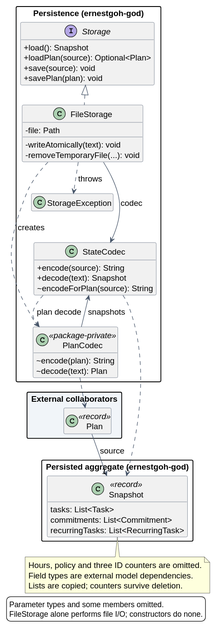
AY2627S1-CS2113-T10-1/tp keeps this PlantUML diagram as docs/images/ernest-storage-classes.svg. Above is the earlier version. Source of this version:
```plantuml
@startuml
!pragma layout smetana
skinparam backgroundColor white
skinparam shadowing false
skinparam defaultFontName SansSerif
skinparam defaultFontSize 15
skinparam classAttributeIconSize 0
skinparam packageStyle rectangle
skinparam ArrowColor #475569
skinparam classBorderColor #475569
hide empty members
top to bottom direction

package "Persistence (ernestgoh-god)" {
    interface Storage {
        +load(): Snapshot
        +loadPlan(source): Optional<Plan>
        +save(source): void
        +savePlan(plan): void
    }
    class FileStorage {
        -file: Path
        -writeAtomically(text): void
        -removeTemporaryFile(...): void
    }
    class StateCodec {
        +encode(source): String
        +decode(text): Snapshot
        ~encodeForPlan(source): String
    }
    class PlanCodec <<package-private>> {
        ~encode(plan): String
        ~decode(text): Plan
    }
    class StorageException
}

package "Persisted aggregate (ernestgoh-god)" {
    class Snapshot <<record>> {
        tasks: List<Task>
        commitments: List<Commitment>
        recurringTasks: List<RecurringTask>
    }
}

package "External collaborators" #F1F5F9 {
    class Plan <<record>>
}

Storage <|.. FileStorage
FileStorage --> StateCodec : codec
FileStorage ..> PlanCodec : creates
PlanCodec --> StateCodec : snapshots
StateCodec ..> PlanCodec : plan decode
StateCodec ..> Snapshot
PlanCodec ..> Plan
FileStorage ..> StorageException : throws
Plan --> "1" Snapshot : source

note bottom of Snapshot
  Hours, policy and three ID counters are omitted.
  Field types are external model dependencies.
  Lists are copied; counters survive deletion.
end note

StorageException -[hidden]down-> StateCodec
legend bottom
  Parameter types and some members omitted.
  FileStorage alone performs file I/O; constructors do none.
endlegend
@enduml
```
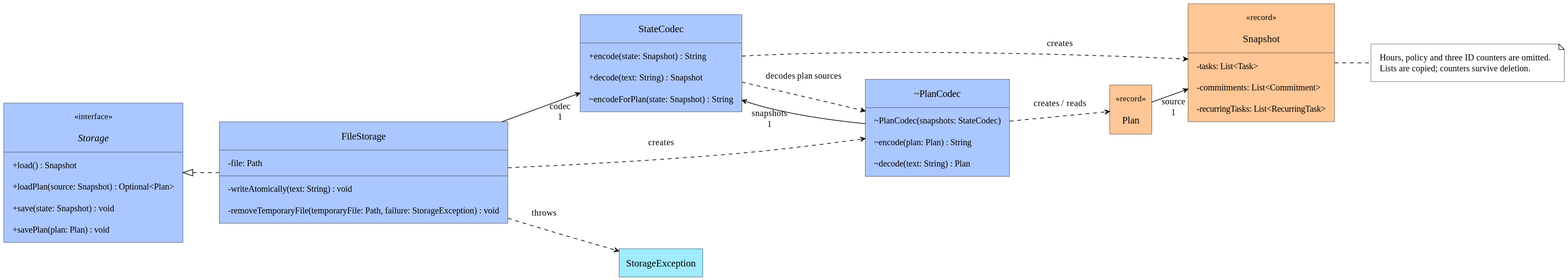
After the change.

Diff of the diagram source:
```diff
@@ -1,71 +1,50 @@
 @startuml
-!pragma layout smetana
-skinparam backgroundColor white
-skinparam shadowing false
-skinparam defaultFontName SansSerif
-skinparam defaultFontSize 15
-skinparam classAttributeIconSize 0
-skinparam packageStyle rectangle
-skinparam ArrowColor #475569
-skinparam classBorderColor #475569
+!include course-style.puml
+left to right direction
 hide empty members
-top to bottom direction
 
-package "Persistence (ernestgoh-god)" {
-    interface Storage {
-        +load(): Snapshot
-        +loadPlan(source): Optional<Plan>
-        +save(source): void
-        +savePlan(plan): void
-    }
-    class FileStorage {
-        -file: Path
-        -writeAtomically(text): void
-        -removeTemporaryFile(...): void
-    }
-    class StateCodec {
-        +encode(source): String
-        +decode(text): Snapshot
-        ~encodeForPlan(source): String
-    }
-    class PlanCodec <<package-private>> {
-        ~encode(plan): String
-        ~decode(text): Plan
-    }
-    class StorageException
+interface Storage <<interface>> PERSISTENCE {
+    + load() : Snapshot
+    + loadPlan(source: Snapshot) : Optional<Plan>
+    + save(state: Snapshot) : void
+    + savePlan(plan: Plan) : void
 }
-
-package "Persisted aggregate (ernestgoh-god)" {
-    class Snapshot <<record>> {
-        tasks: List<Task>
-        commitments: List<Commitment>
-        recurringTasks: List<RecurringTask>
-    }
+class FileStorage PERSISTENCE {
+    - file: Path
+    - writeAtomically(text: String) : void
+    - removeTemporaryFile(temporaryFile: Path, failure: StorageException) : void
 }
-
-package "External collaborators" #F1F5F9 {
-    class Plan <<record>>
+class StateCodec PERSISTENCE {
+    + encode(state: Snapshot) : String
+    + decode(text: String) : Snapshot
+    ~ encodeForPlan(state: Snapshot) : String
 }
+class "~PlanCodec" as PlanCodec PERSISTENCE {
+    ~ PlanCodec(snapshots: StateCodec)
+    ~ encode(plan: Plan) : String
+    ~ decode(text: String) : Plan
+}
+class StorageException PARSING
+class Snapshot <<record>> VALUES {
+    - tasks: List<Task>
+    - commitments: List<Commitment>
+    - recurringTasks: List<RecurringTask>
+}
+class Plan <<record>> VALUES
 
 Storage <|.. FileStorage
-FileStorage --> StateCodec : codec
+FileStorage --> "codec\n1" StateCodec
 FileStorage ..> PlanCodec : creates
-PlanCodec --> StateCodec : snapshots
-StateCodec ..> PlanCodec : plan decode
-StateCodec ..> Snapshot
-PlanCodec ..> Plan
+PlanCodec --> "snapshots\n1" StateCodec
+StateCodec ..> PlanCodec : decodes plan sources
+StateCodec ..> Snapshot : creates
+PlanCodec ..> Plan : creates / reads
 FileStorage ..> StorageException : throws
-Plan --> "1" Snapshot : source
+Plan --> "source\n1" Snapshot
 
-note bottom of Snapshot
+note as SnapshotNote
   Hours, policy and three ID counters are omitted.
-  Field types are external model dependencies.
   Lists are copied; counters survive deletion.
 end note
-
-StorageException -[hidden]down-> StateCodec
-legend bottom
-  Parameter types and some members omitted.
-  FileStorage alone performs file I/O; constructors do none.
-endlegend
+Snapshot .. SnapshotNote
 @enduml
```
